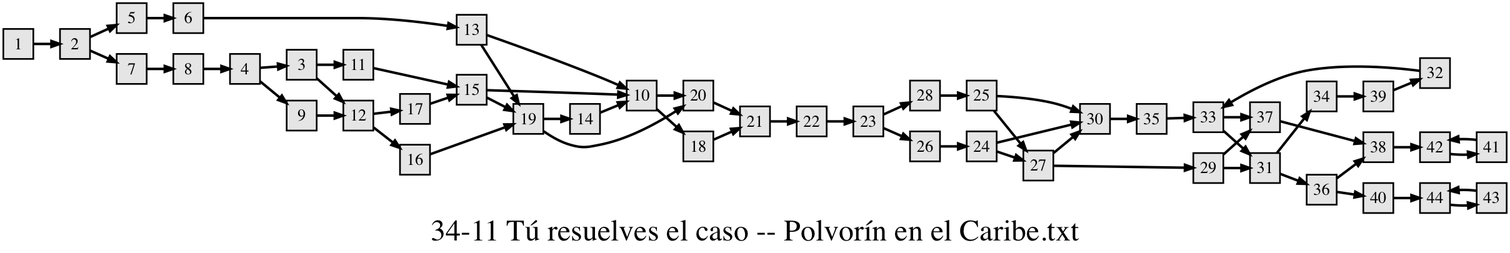
Before: assets/gamebooks/image/34-11 Tu resuelves el caso -- Polvorin en el Caribe.txt.gv.png, a diagram exported from Graphviz (jeremydouglass/transverse-gallery). Its source is kept beside it as assets/gamebooks/graphviz/34-11 Tu resuelves el caso -- Polvorin en el Caribe.txt.gv. Its diagram source:
```dot
digraph g{
  graph [ label="34-11 Tú resuelves el caso -- Polvorín en el Caribe.txt" rankdir=LR, ordering=out, fontsize=36, nodesep="0.35", ranksep="0.45"];
  node  [shape=rect, penwidth=2, fontsize=20, style=filled, fillcolor=grey90, margin="0,0", labelfloat=true, regular=true, fixedsize=true];
  edge  [labelfloat=true, penwidth=3, fontsize=12];
  1 -> 2;
  2 -> 5;
  2 -> 7;
  3 -> 11;
  3 -> 12;
  4 -> 3;
  4 -> 9;
  5 -> 6;
  6 -> 13;
  7 -> 8;
  8 -> 4;
  9 -> 12;
  10 -> 20;
  10 -> 18;
  11 -> 15;
  12 -> 17;
  12 -> 16;
  13 -> 10;
  13 -> 19;
  14 -> 10;
  15 -> 10;
  15 -> 19;
  16 -> 19;
  17 -> 15;
  18 -> 21;
  19 -> 14;
  19 -> 20;
  20 -> 21;
  21 -> 22;
  22 -> 23;
  23 -> 28;
  23 -> 26;
  24 -> 30;
  24 -> 27;
  25 -> 30;
  25 -> 27;
  26 -> 24;
  27 -> 30;
  27 -> 29;
  28 -> 25;
  29 -> 37;
  29 -> 31;
  30 -> 35;
  31 -> 34;
  31 -> 36;
  32 -> 33;
  33 -> 37;
  33 -> 31;
  34 -> 39;
  35 -> 33;
  36 -> 38;
  36 -> 40;
  37 -> 38;
  38 -> 42;
  39 -> 32;
  40 -> 44;
  41 -> 42;
  42 -> 41;
  43 -> 44;
  44 -> 43;
}
```
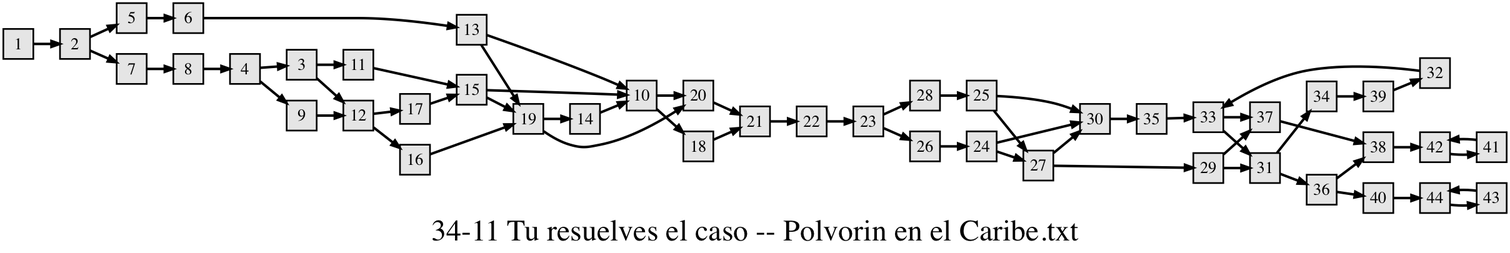
After the change.

What changed in the source:
```diff
@@ -1,5 +1,5 @@
 digraph g{
-  graph [ label="34-11 Tú resuelves el caso -- Polvorín en el Caribe.txt" rankdir=LR, ordering=out, fontsize=36, nodesep="0.35", ranksep="0.45"];
+  graph [ label="34-11 Tu resuelves el caso -- Polvorin en el Caribe.txt" rankdir=LR, ordering=out, fontsize=36, nodesep="0.35", ranksep="0.45"];
   node  [shape=rect, penwidth=2, fontsize=20, style=filled, fillcolor=grey90, margin="0,0", labelfloat=true, regular=true, fixedsize=true];
   edge  [labelfloat=true, penwidth=3, fontsize=12];
   1 -> 2;
```
